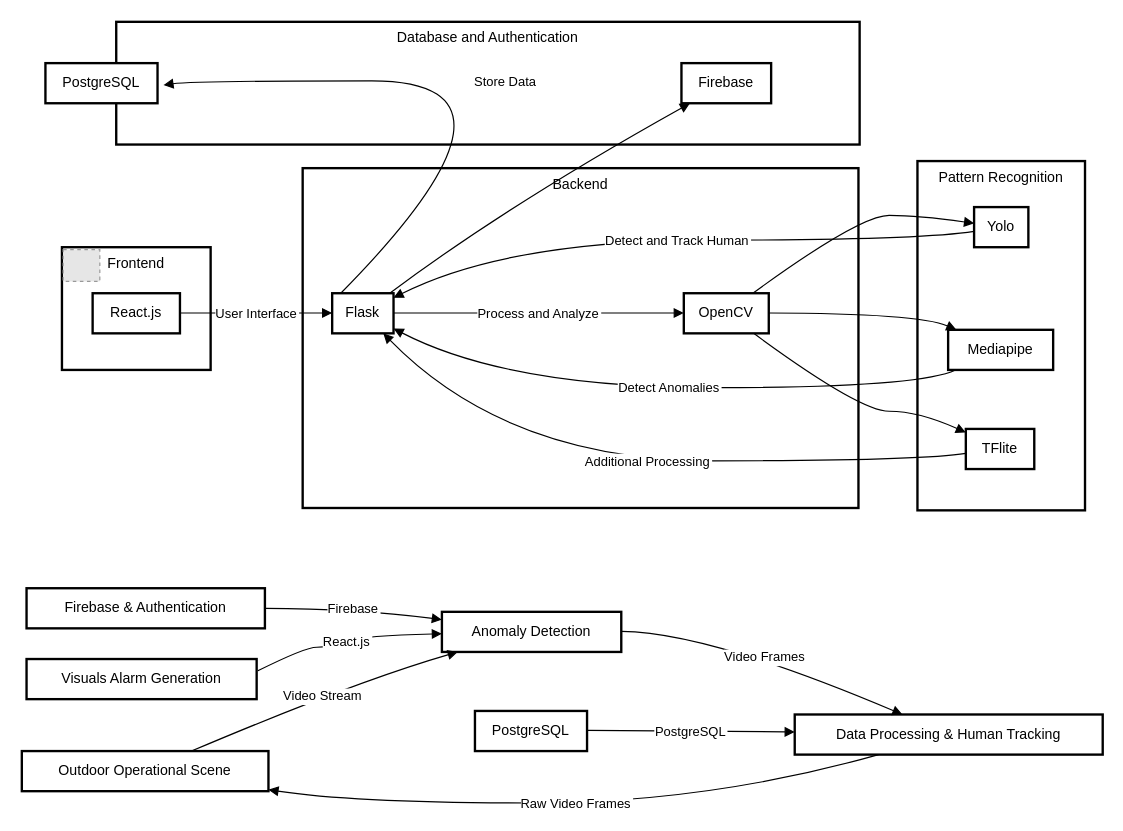
The draw.io diagram Untitled Diagram.drawio in Aakashdeep-Srivastava/SIH-23, before the edit. Source tidied: cells renumbered, new cells numbered last; positions are measured from the earlier drawing's top-left corner, leaving out a move shared by most shapes. Both pictures are drawn from the tidied source at 118%, with x=0, y=0 at pixel (21, 21). Pictures stored in the file or linked from it are replaced by grey dashed boxes.
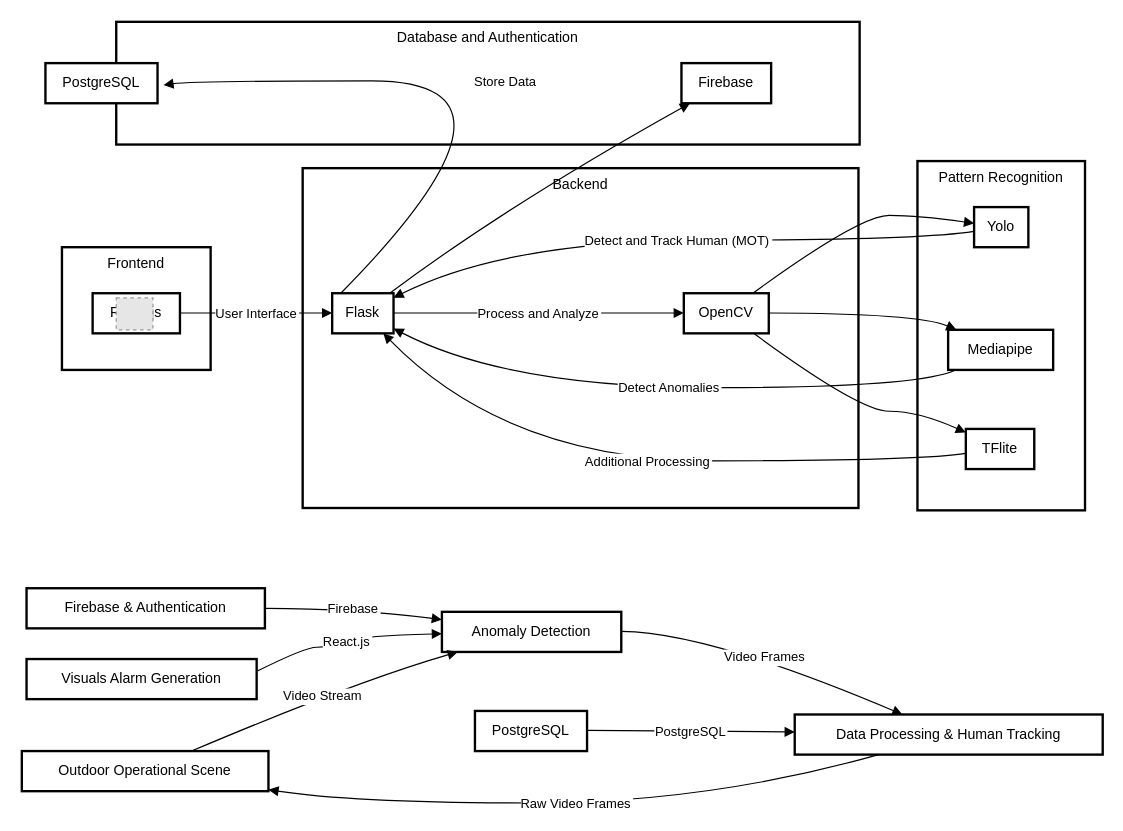
Above is the later version.

Unchanged cells that the change refers to:
```xml
<mxCell id="6" value="Yolo" style="whiteSpace=wrap;strokeWidth=2;" parent="1" vertex="1">
  <mxGeometry x="807" y="157" width="46" height="34" as="geometry" />
</mxCell>
<mxCell id="10" value="Flask" style="whiteSpace=wrap;strokeWidth=2;" parent="1" vertex="1">
  <mxGeometry x="263" y="230" width="52" height="34" as="geometry" />
</mxCell>
```

Diff of the diagram source:
```diff
@@
-    <mxCell id="19" value="Detect and Track Human" style="curved=1;startArrow=none;endArrow=block;exitX=-0.009086277173913044;exitY=0.6082597640726979;entryX=1.0069110576923077;entryY=0.10902708011575743;rounded=0;" parent="1" edge="1" source="6" target="10">
+    <mxCell id="19" value="Detect and Track Human (MOT)" style="curved=1;startArrow=none;endArrow=block;exitX=-0.009086277173913044;exitY=0.6082597640726979;entryX=1.0069110576923077;entryY=0.10902708011575743;rounded=0;" parent="1" edge="1" source="6" target="10">
       <mxGeometry relative="1" as="geometry">
         <Array as="points">
           <mxPoint x="760" y="185" />
           <mxPoint x="412" y="185" />
         </Array>
       </mxGeometry>
     </mxCell>
@@
     <mxCell id="36" style="fillColor=#E6E6E6;strokeColor=#999999;dashed=1;verticalLabelPosition=bottom;labelBackgroundColor=default;verticalAlign=top;" parent="1" vertex="1">
-      <mxGeometry x="35" y="193" width="31.1" height="27" as="geometry" />
+      <mxGeometry x="80" y="234" width="31.1" height="27" as="geometry" />
     </mxCell>
```
